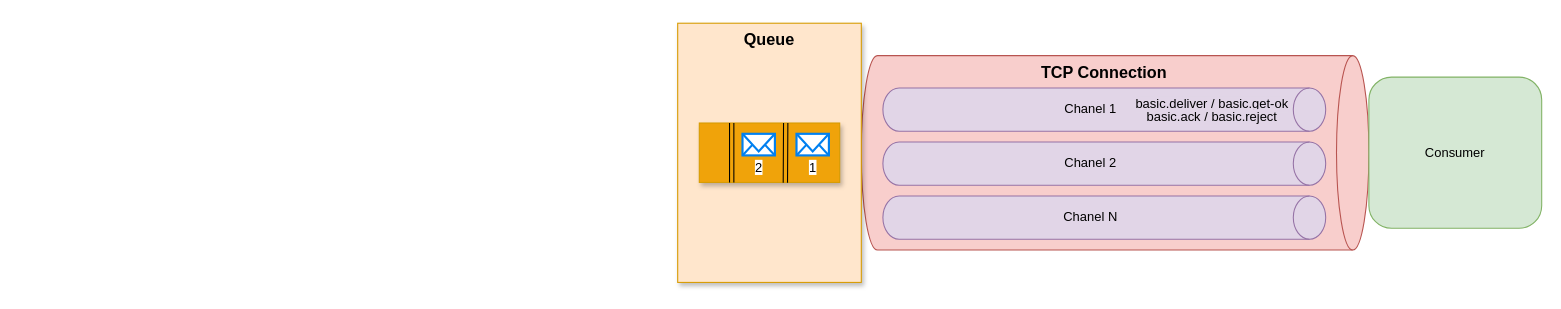
Before: page "페이지-3" (3 of 3) of architecture/rabbitmq.drawio in TreeStone94/drawio, a draw.io diagram. Source tidied: cells renumbered, new cells numbered last; positions are measured from the earlier drawing's top-left corner, leaving out a move shared by most shapes. Both pictures are drawn from the tidied source at 108%, with x=0, y=0 at pixel (677, 23). Pictures stored in the file or linked from it are replaced by grey dashed boxes.
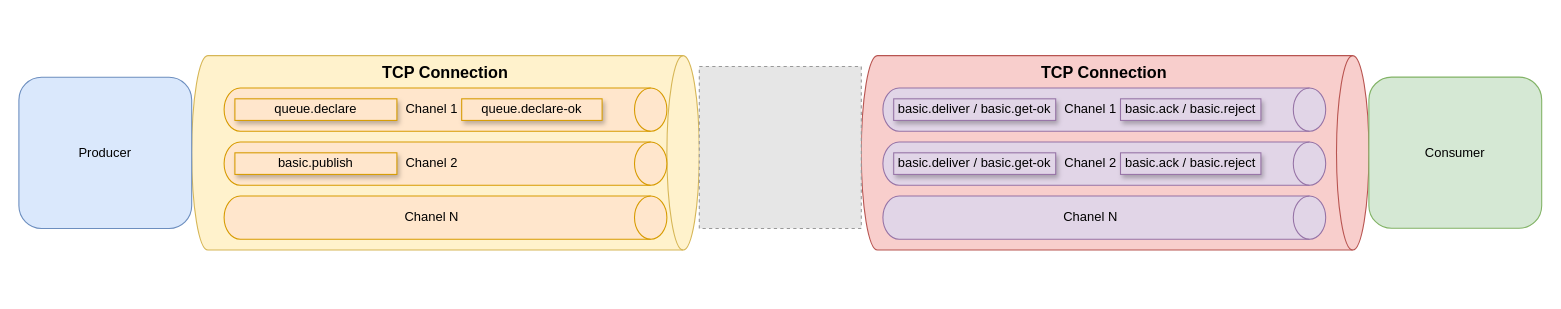
After the change.

Diff of the diagram source:
```diff
@@
+    <mxCell id="17" style="shape=cylinder3;whiteSpace=wrap;html=1;boundedLbl=1;backgroundOutline=1;size=15;direction=south;fillColor=#fff2cc;strokeColor=#d6b656;" parent="1" vertex="1">
+      <mxGeometry x="-450" y="30" width="470" height="180" as="geometry" />
+    </mxCell>
@@
-    <mxCell id="8" style="rounded=0;whiteSpace=wrap;html=1;fillColor=#FFE6CC;strokeColor=#d79b00;shadow=1;" parent="1" vertex="1">
-      <mxGeometry width="170" height="240" as="geometry" />
-    </mxCell>
-    <mxCell id="9" style="rounded=0;whiteSpace=wrap;html=1;verticalAlign=middle;fillColor=#F0A30A;strokeColor=#D79B00;flipH=1;flipV=1;shadow=1;" parent="1" vertex="1">
-      <mxGeometry x="20" y="92.4" width="130" height="55" as="geometry" />
-    </mxCell>
-    <mxCell id="10" value="Queue" style="text;html=1;align=center;verticalAlign=middle;whiteSpace=wrap;rounded=0;fontStyle=1;fontSize=15;" parent="1" vertex="1">
-      <mxGeometry x="55" width="60" height="30" as="geometry" />
-    </mxCell>
-    <mxCell id="11" value="basic.deliver / basic.get-ok" style="text;html=1;align=center;verticalAlign=middle;whiteSpace=wrap;rounded=0;labelBackgroundColor=#E1D5E7;textShadow=0;" parent="1" vertex="1">
-      <mxGeometry x="420" y="60" width="150" height="30" as="geometry" />
+    <mxCell id="11" value="basic.deliver / basic.get-ok" style="text;html=1;align=center;verticalAlign=middle;whiteSpace=wrap;rounded=0;labelBackgroundColor=#E1D5E7;textShadow=0;fillColor=#e1d5e7;strokeColor=#9673a6;shadow=1;" parent="1" vertex="1">
+      <mxGeometry x="200" y="70" width="150" height="20" as="geometry" />
     </mxCell>
-    <mxCell id="12" value="basic.ack / basic.reject" style="text;html=1;align=center;verticalAlign=middle;whiteSpace=wrap;rounded=0;labelBackgroundColor=#E1D5E7;textShadow=0;labelBorderColor=none;" parent="1" vertex="1">
-      <mxGeometry x="420" y="72.4" width="150" height="30" as="geometry" />
+    <mxCell id="12" value="basic.ack / basic.reject" style="text;html=1;align=center;verticalAlign=middle;whiteSpace=wrap;rounded=0;labelBackgroundColor=#E1D5E7;textShadow=0;labelBorderColor=none;shadow=1;fillColor=#e1d5e7;strokeColor=#9673a6;" parent="1" vertex="1">
+      <mxGeometry x="410" y="70" width="130" height="20" as="geometry" />
     </mxCell>
-    <mxCell id="13" style="shape=link;html=1;rounded=0;entryX=0.387;entryY=-0.005;entryDx=0;entryDy=0;exitX=0.75;exitY=0;exitDx=0;exitDy=0;entryPerimeter=0;" parent="1" edge="1" target="9">
-      <mxGeometry relative="1" as="geometry">
-        <mxPoint x="100" y="92.4" as="sourcePoint" />
-      </mxGeometry>
-    </mxCell>
-    <mxCell id="14" value="1" style="html=1;verticalLabelPosition=bottom;align=center;labelBackgroundColor=#ffffff;verticalAlign=top;strokeWidth=2;strokeColor=#0080F0;shadow=0;dashed=0;shape=mxgraph.ios7.icons.mail;fontSize=12;spacing=0;" parent="1" vertex="1">
-      <mxGeometry x="110" y="102.4" width="30" height="20" as="geometry" />
-    </mxCell>
-    <mxCell id="15" value="2" style="html=1;verticalLabelPosition=bottom;align=center;labelBackgroundColor=#ffffff;verticalAlign=top;strokeWidth=2;strokeColor=#0080F0;shadow=0;dashed=0;shape=mxgraph.ios7.icons.mail;spacing=0;" parent="1" vertex="1">
-      <mxGeometry x="60" y="102.4" width="30" height="20" as="geometry" />
-    </mxCell>
-    <mxCell id="16" style="shape=link;html=1;rounded=0;entryX=0.387;entryY=-0.005;entryDx=0;entryDy=0;exitX=0.75;exitY=0;exitDx=0;exitDy=0;entryPerimeter=0;" parent="1" edge="1">
-      <mxGeometry relative="1" as="geometry">
-        <mxPoint x="50" y="92.4" as="sourcePoint" />
-        <mxPoint x="50" y="147.4" as="targetPoint" />
-      </mxGeometry>
-    </mxCell>
+    <mxCell id="18" value="basic.deliver / basic.get-ok" style="text;html=1;align=center;verticalAlign=middle;whiteSpace=wrap;rounded=0;labelBackgroundColor=#E1D5E7;textShadow=0;fillColor=#e1d5e7;strokeColor=#9673a6;shadow=1;" parent="1" vertex="1">
+      <mxGeometry x="200" y="120" width="150" height="20" as="geometry" />
+    </mxCell>
+    <mxCell id="19" value="basic.ack / basic.reject" style="text;html=1;align=center;verticalAlign=middle;whiteSpace=wrap;rounded=0;labelBackgroundColor=#E1D5E7;textShadow=0;labelBorderColor=none;shadow=1;fillColor=#e1d5e7;strokeColor=#9673a6;" parent="1" vertex="1">
+      <mxGeometry x="410" y="120" width="130" height="20" as="geometry" />
+    </mxCell>
+    <mxCell id="20" style="fillColor=#E6E6E6;strokeColor=#999999;dashed=1;verticalLabelPosition=bottom;labelBackgroundColor=#ffffff;verticalAlign=top;fontSize=15;labelPosition=center;align=center;" parent="1" vertex="1">
+      <mxGeometry x="20" y="40" width="150" height="150" as="geometry" />
+    </mxCell>
+    <mxCell id="21" value="Chanel 1" style="shape=cylinder3;whiteSpace=wrap;html=1;boundedLbl=1;backgroundOutline=1;size=15;direction=south;fillColor=#ffe6cc;strokeColor=#d79b00;" parent="1" vertex="1">
+      <mxGeometry x="-420" y="60" width="410" height="40" as="geometry" />
+    </mxCell>
+    <mxCell id="22" value="Chanel 2" style="shape=cylinder3;whiteSpace=wrap;html=1;boundedLbl=1;backgroundOutline=1;size=15;direction=south;fillColor=#ffe6cc;strokeColor=#d79b00;" parent="1" vertex="1">
+      <mxGeometry x="-420" y="110" width="410" height="40" as="geometry" />
+    </mxCell>
+    <mxCell id="23" value="Chanel N" style="shape=cylinder3;whiteSpace=wrap;html=1;boundedLbl=1;backgroundOutline=1;size=15;direction=south;fillColor=#ffe6cc;strokeColor=#d79b00;" parent="1" vertex="1">
+      <mxGeometry x="-420" y="160" width="410" height="40" as="geometry" />
+    </mxCell>
+    <mxCell id="24" value="TCP Connection" style="text;html=1;align=center;verticalAlign=middle;whiteSpace=wrap;rounded=0;fontStyle=1;fontSize=15;" parent="1" vertex="1">
+      <mxGeometry x="-305" y="30" width="180" height="30" as="geometry" />
+    </mxCell>
+    <mxCell id="25" value="queue.declare" style="text;html=1;align=center;verticalAlign=middle;whiteSpace=wrap;rounded=0;labelBackgroundColor=#FFE6CC;textShadow=0;fillColor=#ffe6cc;strokeColor=#d79b00;shadow=1;" parent="1" vertex="1">
+      <mxGeometry x="-410" y="70" width="150" height="20" as="geometry" />
+    </mxCell>
+    <mxCell id="26" value="queue.declare-ok" style="text;html=1;align=center;verticalAlign=middle;whiteSpace=wrap;rounded=0;labelBackgroundColor=#FFE6CC;textShadow=0;labelBorderColor=none;shadow=1;fillColor=#ffe6cc;strokeColor=#d79b00;" parent="1" vertex="1">
+      <mxGeometry x="-200" y="70" width="130" height="20" as="geometry" />
+    </mxCell>
+    <mxCell id="27" value="basic.publish" style="text;html=1;align=center;verticalAlign=middle;whiteSpace=wrap;rounded=0;labelBackgroundColor=#FFE6CC;textShadow=0;fillColor=#ffe6cc;strokeColor=#d79b00;shadow=1;" parent="1" vertex="1">
+      <mxGeometry x="-410" y="120" width="150" height="20" as="geometry" />
+    </mxCell>
+    <mxCell id="28" value="Producer" style="rounded=1;whiteSpace=wrap;html=1;fillColor=#dae8fc;strokeColor=#6c8ebf;" parent="1" vertex="1">
+      <mxGeometry x="-610" y="50" width="160" height="140" as="geometry" />
+    </mxCell>
```
